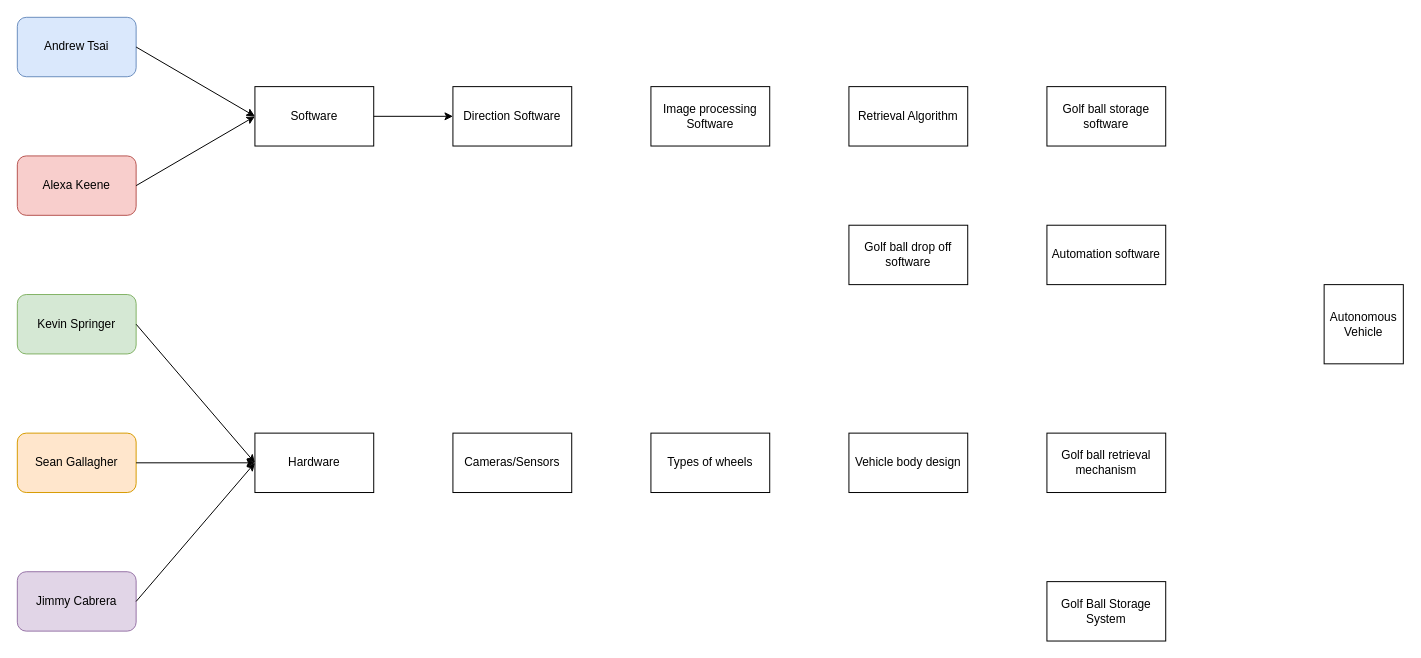
The draw.io diagram Untitled Diagram.drawio in Andrew13560/Golf-Ball-Search-and-Rescue, before the edit. Source tidied: cells renumbered, new cells numbered last; positions are measured from the earlier drawing's top-left corner, leaving out a move shared by most shapes. Both pictures are drawn from the tidied source at 99%, with x=0, y=0 at pixel (17, 17).
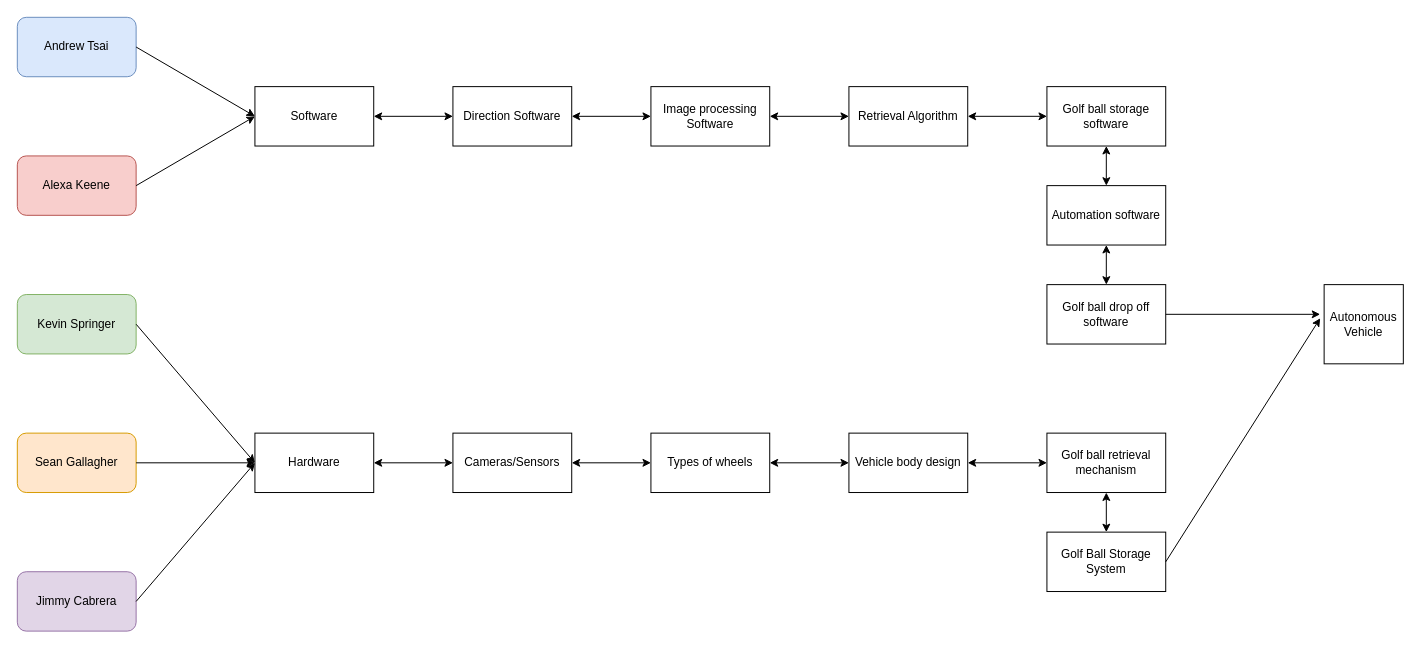
The same diagram, later.

Unchanged cells that the change refers to:
```xml
<mxCell id="7" value="Software" style="rounded=0;whiteSpace=wrap;html=1;" parent="1" vertex="1">
  <mxGeometry x="240" y="70" width="120" height="60" as="geometry" />
</mxCell>
<mxCell id="8" value="Hardware" style="rounded=0;whiteSpace=wrap;html=1;" parent="1" vertex="1">
  <mxGeometry x="240" y="420" width="120" height="60" as="geometry" />
</mxCell>
<mxCell id="14" value="Autonomous Vehicle" style="whiteSpace=wrap;html=1;" parent="1" vertex="1">
  <mxGeometry x="1320" y="270" width="80" height="80" as="geometry" />
</mxCell>
<mxCell id="15" value="Direction Software" style="rounded=0;whiteSpace=wrap;html=1;" parent="1" vertex="1">
  <mxGeometry x="440" y="70" width="120" height="60" as="geometry" />
</mxCell>
<mxCell id="16" value="Image processing Software" style="rounded=0;whiteSpace=wrap;html=1;" parent="1" vertex="1">
  <mxGeometry x="640" y="70" width="120" height="60" as="geometry" />
</mxCell>
<mxCell id="17" value="Retrieval Algorithm" style="rounded=0;whiteSpace=wrap;html=1;" parent="1" vertex="1">
  <mxGeometry x="840" y="70" width="120" height="60" as="geometry" />
</mxCell>
<mxCell id="18" value="Cameras/Sensors" style="rounded=0;whiteSpace=wrap;html=1;" parent="1" vertex="1">
  <mxGeometry x="440" y="420" width="120" height="60" as="geometry" />
</mxCell>
<mxCell id="19" value="Types of wheels" style="rounded=0;whiteSpace=wrap;html=1;" parent="1" vertex="1">
  <mxGeometry x="640" y="420" width="120" height="60" as="geometry" />
</mxCell>
<mxCell id="20" value="Vehicle body design" style="rounded=0;whiteSpace=wrap;html=1;" parent="1" vertex="1">
  <mxGeometry x="840" y="420" width="120" height="60" as="geometry" />
</mxCell>
<mxCell id="21" value="Golf ball retrieval mechanism" style="rounded=0;whiteSpace=wrap;html=1;" parent="1" vertex="1">
  <mxGeometry x="1040" y="420" width="120" height="60" as="geometry" />
</mxCell>
<mxCell id="23" value="Golf ball storage software" style="rounded=0;whiteSpace=wrap;html=1;" parent="1" vertex="1">
  <mxGeometry x="1040" y="70" width="120" height="60" as="geometry" />
</mxCell>
```

What changed in the source:
```diff
@@
     <mxCell id="22" value="Golf Ball Storage System" style="rounded=0;whiteSpace=wrap;html=1;" parent="1" vertex="1">
-      <mxGeometry x="1040" y="570" width="120" height="60" as="geometry" />
+      <mxGeometry x="1040" y="520" width="120" height="60" as="geometry" />
     </mxCell>
@@
     <mxCell id="24" value="Golf ball drop off software" style="rounded=0;whiteSpace=wrap;html=1;" parent="1" vertex="1">
-      <mxGeometry x="840" y="210" width="120" height="60" as="geometry" />
+      <mxGeometry x="1040" y="270" width="120" height="60" as="geometry" />
     </mxCell>
     <mxCell id="25" value="Automation software" style="rounded=0;whiteSpace=wrap;html=1;" parent="1" vertex="1">
-      <mxGeometry x="1040" y="210" width="120" height="60" as="geometry" />
+      <mxGeometry x="1040" y="170" width="120" height="60" as="geometry" />
     </mxCell>
-    <mxCell id="26" style="endArrow=classic;html=1;exitX=1;exitY=0.5;exitDx=0;exitDy=0;entryX=0;entryY=0.5;entryDx=0;entryDy=0;" parent="1" edge="1" source="7" target="15">
+    <mxCell id="26" style="endArrow=classic;startArrow=classic;html=1;exitX=1;exitY=0.5;exitDx=0;exitDy=0;entryX=0;entryY=0.5;entryDx=0;entryDy=0;" parent="1" edge="1" source="7" target="15">
       <mxGeometry relative="1" as="geometry" />
     </mxCell>
+    <mxCell id="27" style="endArrow=classic;startArrow=classic;html=1;exitX=1;exitY=0.5;exitDx=0;exitDy=0;entryX=0;entryY=0.5;entryDx=0;entryDy=0;" parent="1" edge="1" source="20" target="21">
+      <mxGeometry relative="1" as="geometry" />
+    </mxCell>
+    <mxCell id="28" style="endArrow=classic;startArrow=classic;html=1;exitX=1;exitY=0.5;exitDx=0;exitDy=0;entryX=0;entryY=0.5;entryDx=0;entryDy=0;" parent="1" edge="1" source="17" target="23">
+      <mxGeometry relative="1" as="geometry" />
+    </mxCell>
+    <mxCell id="29" style="endArrow=classic;startArrow=classic;html=1;exitX=1;exitY=0.5;exitDx=0;exitDy=0;entryX=0;entryY=0.5;entryDx=0;entryDy=0;" parent="1" edge="1" source="19" target="20">
+      <mxGeometry relative="1" as="geometry" />
+    </mxCell>
+    <mxCell id="30" style="endArrow=classic;startArrow=classic;html=1;entryX=1;entryY=0.5;entryDx=0;entryDy=0;exitX=0;exitY=0.5;exitDx=0;exitDy=0;" parent="1" edge="1" source="17" target="16">
+      <mxGeometry relative="1" as="geometry" />
+    </mxCell>
+    <mxCell id="31" style="endArrow=classic;startArrow=classic;html=1;exitX=1;exitY=0.5;exitDx=0;exitDy=0;entryX=0;entryY=0.5;entryDx=0;entryDy=0;" parent="1" edge="1" source="18" target="19">
+      <mxGeometry relative="1" as="geometry" />
+    </mxCell>
+    <mxCell id="32" style="endArrow=classic;startArrow=classic;html=1;exitX=1;exitY=0.5;exitDx=0;exitDy=0;entryX=0;entryY=0.5;entryDx=0;entryDy=0;" parent="1" edge="1" source="8" target="18">
+      <mxGeometry relative="1" as="geometry" />
+    </mxCell>
+    <mxCell id="33" style="endArrow=classic;startArrow=classic;html=1;entryX=1;entryY=0.5;entryDx=0;entryDy=0;exitX=0;exitY=0.5;exitDx=0;exitDy=0;" parent="1" edge="1" source="16" target="15">
+      <mxGeometry relative="1" as="geometry" />
+    </mxCell>
+    <mxCell id="34" style="endArrow=classic;startArrow=classic;html=1;entryX=0.5;entryY=1;entryDx=0;entryDy=0;exitX=0.5;exitY=0;exitDx=0;exitDy=0;" parent="1" edge="1" source="22" target="21">
+      <mxGeometry relative="1" as="geometry" />
+    </mxCell>
+    <mxCell id="35" style="endArrow=classic;startArrow=classic;html=1;entryX=0.5;entryY=1;entryDx=0;entryDy=0;exitX=0.5;exitY=0;exitDx=0;exitDy=0;" parent="1" edge="1" source="24" target="25">
+      <mxGeometry relative="1" as="geometry" />
+    </mxCell>
+    <mxCell id="36" style="endArrow=classic;startArrow=classic;html=1;exitX=0.5;exitY=1;exitDx=0;exitDy=0;entryX=0.5;entryY=0;entryDx=0;entryDy=0;" parent="1" edge="1" source="23" target="25">
+      <mxGeometry relative="1" as="geometry" />
+    </mxCell>
+    <mxCell id="37" style="endArrow=classic;html=1;exitX=1;exitY=0.5;exitDx=0;exitDy=0;entryX=-0.05;entryY=0.425;entryDx=0;entryDy=0;entryPerimeter=0;" parent="1" edge="1" source="22" target="14">
+      <mxGeometry relative="1" as="geometry" />
+    </mxCell>
+    <mxCell id="38" style="endArrow=classic;html=1;exitX=1;exitY=0.5;exitDx=0;exitDy=0;entryX=-0.05;entryY=0.375;entryDx=0;entryDy=0;entryPerimeter=0;" parent="1" edge="1" source="24" target="14">
+      <mxGeometry relative="1" as="geometry" />
+    </mxCell>
```
